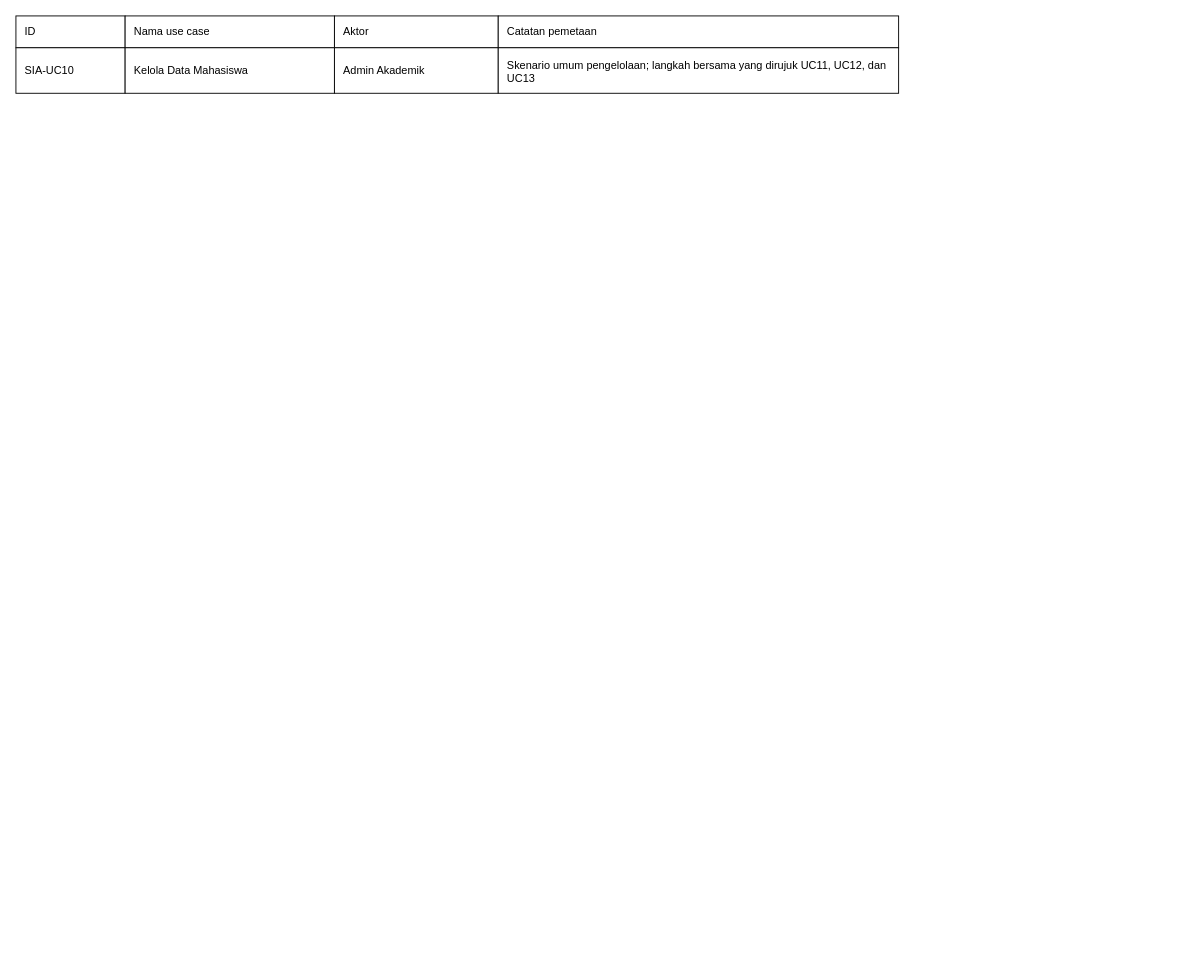
2406119-hue/-IFRWP5149_2406119_LabAlat.- keeps this draw.io diagram as page "Page-4" (4 of 7) of 03_latihan_tools/P05/SIA/P05_2406119_SIA_skenario_v01.drawio. Above is the earlier version. Source tidied: cells renumbered, new cells numbered last; positions are measured from the earlier drawing's top-left corner, leaving out a move shared by most shapes. Both pictures are drawn from the tidied source at 91%, with x=0, y=0 at pixel (15, 15).
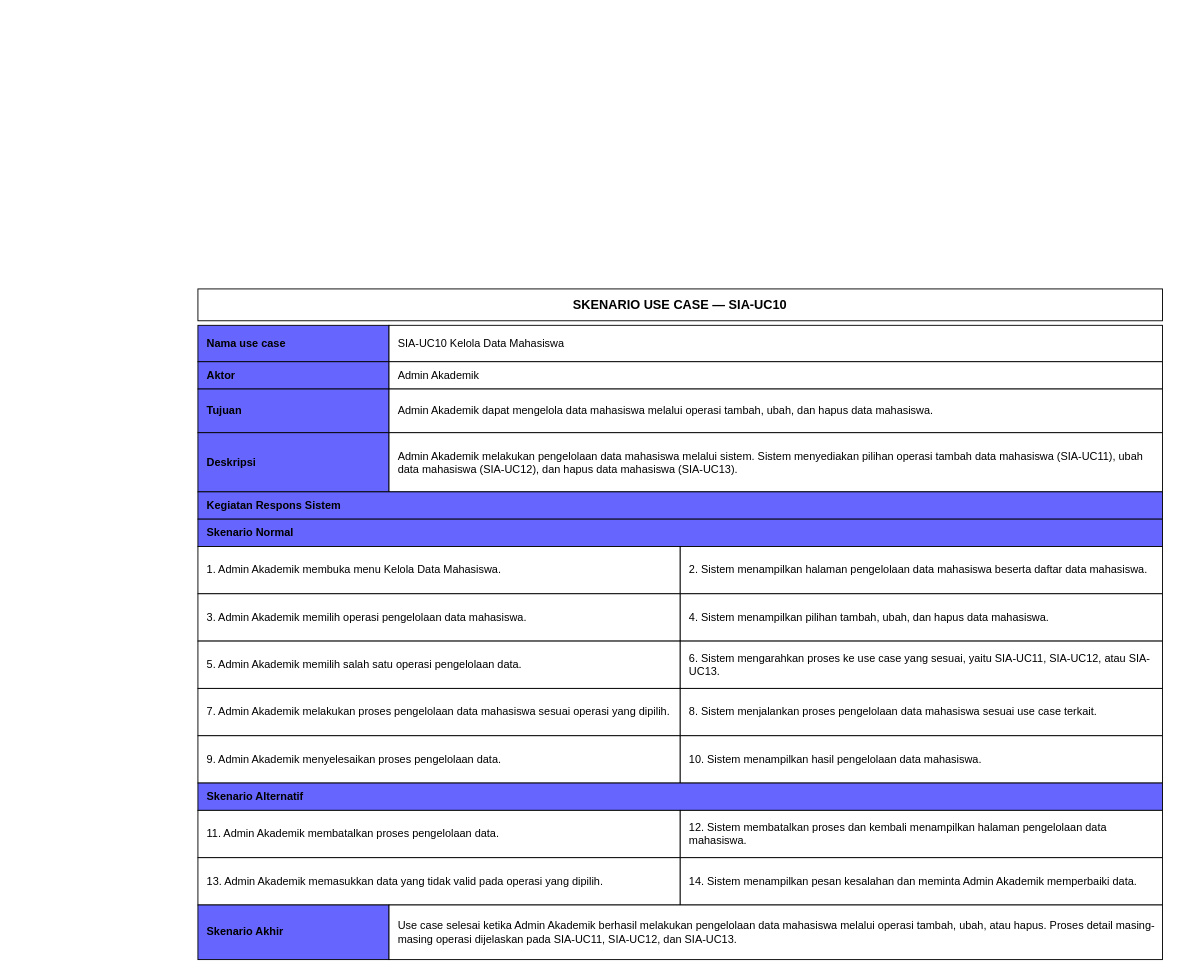
The same diagram, later.

What changed in the source:
```diff
@@
-    <mxCell id="2" value="ID" style="strokeColor=#000000;fillColor=#ffffff;align=left;verticalAlign=middle;spacingLeft=8;fontSize=12;whiteSpace=wrap;" parent="1" vertex="1">
-      <mxGeometry width="120" height="35" as="geometry" />
-    </mxCell>
+    <mxCell id="10" value="SKENARIO USE CASE — SIA-UC10" style="whiteSpace=wrap;html=1;align=center;verticalAlign=middle;fontSize=14;fontStyle=1;" parent="1" vertex="1">
+      <mxGeometry x="200" y="300" width="1060" height="35" as="geometry" />
+    </mxCell>
-    <mxCell id="3" value="Nama use case" style="strokeColor=#000000;fillColor=#ffffff;align=left;verticalAlign=middle;spacingLeft=8;fontSize=12;whiteSpace=wrap;" parent="1" vertex="1">
-      <mxGeometry x="120" width="230" height="35" as="geometry" />
+    <mxCell id="3" value="Nama use case" style="fillColor=#6666FF;strokeColor=#000000;whiteSpace=wrap;html=1;align=left;verticalAlign=middle;fontStyle=1;spacingLeft=8;" parent="1" vertex="1">
+      <mxGeometry x="200" y="340" width="210" height="40" as="geometry" />
     </mxCell>
+    <mxCell id="11" value="SIA-UC10 Kelola Data Mahasiswa" style="fillColor=#FFFFFF;strokeColor=#000000;whiteSpace=wrap;html=1;align=left;verticalAlign=middle;spacingLeft=8;" parent="1" vertex="1">
+      <mxGeometry x="410" y="340" width="850" height="40" as="geometry" />
+    </mxCell>
-    <mxCell id="4" value="Aktor" style="strokeColor=#000000;fillColor=#ffffff;align=left;verticalAlign=middle;spacingLeft=8;fontSize=12;whiteSpace=wrap;" parent="1" vertex="1">
-      <mxGeometry x="350" width="180" height="35" as="geometry" />
+    <mxCell id="4" value="Aktor" style="fillColor=#6666FF;strokeColor=#000000;whiteSpace=wrap;html=1;align=left;verticalAlign=middle;fontStyle=1;spacingLeft=8;" parent="1" vertex="1">
+      <mxGeometry x="200" y="380" width="210" height="30" as="geometry" />
     </mxCell>
-    <mxCell id="5" value="Catatan pemetaan" style="strokeColor=#000000;fillColor=#ffffff;align=left;verticalAlign=middle;spacingLeft=8;fontSize=12;whiteSpace=wrap;" parent="1" vertex="1">
-      <mxGeometry x="530" width="440" height="35" as="geometry" />
-    </mxCell>
-    <mxCell id="6" value="SIA-UC10" style="strokeColor=#000000;fillColor=#ffffff;align=left;verticalAlign=middle;spacingLeft=8;fontSize=12;whiteSpace=wrap;" parent="1" vertex="1">
-      <mxGeometry y="35" width="120" height="50" as="geometry" />
-    </mxCell>
-    <mxCell id="7" value="Kelola Data Mahasiswa" style="strokeColor=#000000;fillColor=#ffffff;align=left;verticalAlign=middle;spacingLeft=8;fontSize=12;whiteSpace=wrap;" parent="1" vertex="1">
-      <mxGeometry x="120" y="35" width="230" height="50" as="geometry" />
-    </mxCell>
-    <mxCell id="8" value="Admin Akademik" style="strokeColor=#000000;fillColor=#ffffff;align=left;verticalAlign=middle;spacingLeft=8;fontSize=12;whiteSpace=wrap;" parent="1" vertex="1">
-      <mxGeometry x="350" y="35" width="180" height="50" as="geometry" />
+    <mxCell id="8" value="Admin Akademik" style="fillColor=#FFFFFF;strokeColor=#000000;whiteSpace=wrap;html=1;align=left;verticalAlign=middle;spacingLeft=8;" parent="1" vertex="1">
+      <mxGeometry x="410" y="380" width="850" height="30" as="geometry" />
     </mxCell>
-    <mxCell id="9" value="Skenario umum pengelolaan; langkah bersama yang dirujuk UC11, UC12, dan UC13" style="strokeColor=#000000;fillColor=#ffffff;align=left;verticalAlign=top;spacingLeft=8;spacingTop=6;fontSize=12;whiteSpace=wrap;" parent="1" vertex="1">
-      <mxGeometry x="530" y="35" width="440" height="50" as="geometry" />
-    </mxCell>
+    <mxCell id="12" value="Tujuan" style="fillColor=#6666FF;strokeColor=#000000;whiteSpace=wrap;html=1;align=left;verticalAlign=middle;fontStyle=1;spacingLeft=8;" parent="1" vertex="1">
+      <mxGeometry x="200" y="410" width="210" height="48" as="geometry" />
+    </mxCell>
+    <mxCell id="13" value="Admin Akademik dapat mengelola data mahasiswa melalui operasi tambah, ubah, dan hapus data mahasiswa." style="fillColor=#FFFFFF;strokeColor=#000000;whiteSpace=wrap;html=1;align=left;verticalAlign=middle;spacingLeft=8;" parent="1" vertex="1">
+      <mxGeometry x="410" y="410" width="850" height="48" as="geometry" />
+    </mxCell>
+    <mxCell id="14" value="Deskripsi" style="fillColor=#6666FF;strokeColor=#000000;whiteSpace=wrap;html=1;align=left;verticalAlign=middle;fontStyle=1;spacingLeft=8;" parent="1" vertex="1">
+      <mxGeometry x="200" y="458" width="210" height="65" as="geometry" />
+    </mxCell>
+    <mxCell id="15" value="Admin Akademik melakukan pengelolaan data mahasiswa melalui sistem. Sistem menyediakan pilihan operasi tambah data mahasiswa (SIA-UC11), ubah data mahasiswa (SIA-UC12), dan hapus data mahasiswa (SIA-UC13)." style="fillColor=#FFFFFF;strokeColor=#000000;whiteSpace=wrap;html=1;align=left;verticalAlign=middle;spacingLeft=8;" parent="1" vertex="1">
+      <mxGeometry x="410" y="458" width="850" height="65" as="geometry" />
+    </mxCell>
+    <mxCell id="16" value="Kegiatan                                      Respons Sistem" style="fillColor=#6666FF;strokeColor=#000000;whiteSpace=wrap;html=1;align=left;verticalAlign=middle;fontStyle=1;spacingLeft=8;" parent="1" vertex="1">
+      <mxGeometry x="200" y="523" width="1060" height="30" as="geometry" />
+    </mxCell>
+    <mxCell id="17" value="Skenario Normal" style="fillColor=#6666FF;strokeColor=#000000;whiteSpace=wrap;html=1;align=left;verticalAlign=middle;fontStyle=1;spacingLeft=8;" parent="1" vertex="1">
+      <mxGeometry x="200" y="553" width="1060" height="30" as="geometry" />
+    </mxCell>
+    <mxCell id="18" value="1. Admin Akademik membuka menu Kelola Data Mahasiswa." style="fillColor=#FFFFFF;strokeColor=#000000;whiteSpace=wrap;html=1;align=left;verticalAlign=middle;spacingLeft=8;" parent="1" vertex="1">
+      <mxGeometry x="200" y="583" width="530" height="52" as="geometry" />
+    </mxCell>
+    <mxCell id="19" value="2. Sistem menampilkan halaman pengelolaan data mahasiswa beserta daftar data mahasiswa." style="fillColor=#FFFFFF;strokeColor=#000000;whiteSpace=wrap;html=1;align=left;verticalAlign=middle;spacingLeft=8;" parent="1" vertex="1">
+      <mxGeometry x="730" y="583" width="530" height="52" as="geometry" />
+    </mxCell>
+    <mxCell id="20" value="3. Admin Akademik memilih operasi pengelolaan data mahasiswa." style="fillColor=#FFFFFF;strokeColor=#000000;whiteSpace=wrap;html=1;align=left;verticalAlign=middle;spacingLeft=8;" parent="1" vertex="1">
+      <mxGeometry x="200" y="635" width="530" height="52" as="geometry" />
+    </mxCell>
+    <mxCell id="21" value="4. Sistem menampilkan pilihan tambah, ubah, dan hapus data mahasiswa." style="fillColor=#FFFFFF;strokeColor=#000000;whiteSpace=wrap;html=1;align=left;verticalAlign=middle;spacingLeft=8;" parent="1" vertex="1">
+      <mxGeometry x="730" y="635" width="530" height="52" as="geometry" />
+    </mxCell>
+    <mxCell id="22" value="5. Admin Akademik memilih salah satu operasi pengelolaan data." style="fillColor=#FFFFFF;strokeColor=#000000;whiteSpace=wrap;html=1;align=left;verticalAlign=middle;spacingLeft=8;" parent="1" vertex="1">
+      <mxGeometry x="200" y="687" width="530" height="52" as="geometry" />
+    </mxCell>
+    <mxCell id="23" value="6. Sistem mengarahkan proses ke use case yang sesuai, yaitu SIA-UC11, SIA-UC12, atau SIA-UC13." style="fillColor=#FFFFFF;strokeColor=#000000;whiteSpace=wrap;html=1;align=left;verticalAlign=middle;spacingLeft=8;" parent="1" vertex="1">
+      <mxGeometry x="730" y="687" width="530" height="52" as="geometry" />
+    </mxCell>
+    <mxCell id="24" value="7. Admin Akademik melakukan proses pengelolaan data mahasiswa sesuai operasi yang dipilih." style="fillColor=#FFFFFF;strokeColor=#000000;whiteSpace=wrap;html=1;align=left;verticalAlign=middle;spacingLeft=8;" parent="1" vertex="1">
+      <mxGeometry x="200" y="739" width="530" height="52" as="geometry" />
+    </mxCell>
+    <mxCell id="25" value="8. Sistem menjalankan proses pengelolaan data mahasiswa sesuai use case terkait." style="fillColor=#FFFFFF;strokeColor=#000000;whiteSpace=wrap;html=1;align=left;verticalAlign=middle;spacingLeft=8;" parent="1" vertex="1">
+      <mxGeometry x="730" y="739" width="530" height="52" as="geometry" />
+    </mxCell>
+    <mxCell id="26" value="9. Admin Akademik menyelesaikan proses pengelolaan data." style="fillColor=#FFFFFF;strokeColor=#000000;whiteSpace=wrap;html=1;align=left;verticalAlign=middle;spacingLeft=8;" parent="1" vertex="1">
+      <mxGeometry x="200" y="791" width="530" height="52" as="geometry" />
+    </mxCell>
+    <mxCell id="27" value="10. Sistem menampilkan hasil pengelolaan data mahasiswa." style="fillColor=#FFFFFF;strokeColor=#000000;whiteSpace=wrap;html=1;align=left;verticalAlign=middle;spacingLeft=8;" parent="1" vertex="1">
+      <mxGeometry x="730" y="791" width="530" height="52" as="geometry" />
+    </mxCell>
+    <mxCell id="28" value="Skenario Alternatif" style="fillColor=#6666FF;strokeColor=#000000;whiteSpace=wrap;html=1;align=left;verticalAlign=middle;fontStyle=1;spacingLeft=8;" parent="1" vertex="1">
+      <mxGeometry x="200" y="843" width="1060" height="30" as="geometry" />
+    </mxCell>
+    <mxCell id="29" value="11. Admin Akademik membatalkan proses pengelolaan data." style="fillColor=#FFFFFF;strokeColor=#000000;whiteSpace=wrap;html=1;align=left;verticalAlign=middle;spacingLeft=8;" parent="1" vertex="1">
+      <mxGeometry x="200" y="873" width="530" height="52" as="geometry" />
+    </mxCell>
+    <mxCell id="30" value="12. Sistem membatalkan proses dan kembali menampilkan halaman pengelolaan data mahasiswa." style="fillColor=#FFFFFF;strokeColor=#000000;whiteSpace=wrap;html=1;align=left;verticalAlign=middle;spacingLeft=8;" parent="1" vertex="1">
+      <mxGeometry x="730" y="873" width="530" height="52" as="geometry" />
+    </mxCell>
+    <mxCell id="31" value="13. Admin Akademik memasukkan data yang tidak valid pada operasi yang dipilih." style="fillColor=#FFFFFF;strokeColor=#000000;whiteSpace=wrap;html=1;align=left;verticalAlign=middle;spacingLeft=8;" parent="1" vertex="1">
+      <mxGeometry x="200" y="925" width="530" height="52" as="geometry" />
+    </mxCell>
+    <mxCell id="32" value="14. Sistem menampilkan pesan kesalahan dan meminta Admin Akademik memperbaiki data." style="fillColor=#FFFFFF;strokeColor=#000000;whiteSpace=wrap;html=1;align=left;verticalAlign=middle;spacingLeft=8;" parent="1" vertex="1">
+      <mxGeometry x="730" y="925" width="530" height="52" as="geometry" />
+    </mxCell>
+    <mxCell id="33" value="Skenario Akhir" style="fillColor=#6666FF;strokeColor=#000000;whiteSpace=wrap;html=1;align=left;verticalAlign=middle;fontStyle=1;spacingLeft=8;" parent="1" vertex="1">
+      <mxGeometry x="200" y="977" width="210" height="60" as="geometry" />
+    </mxCell>
+    <mxCell id="34" value="Use case selesai ketika Admin Akademik berhasil melakukan pengelolaan data mahasiswa melalui operasi tambah, ubah, atau hapus. Proses detail masing-masing operasi dijelaskan pada SIA-UC11, SIA-UC12, dan SIA-UC13." style="fillColor=#FFFFFF;strokeColor=#000000;whiteSpace=wrap;html=1;align=left;verticalAlign=middle;spacingLeft=8;" parent="1" vertex="1">
+      <mxGeometry x="410" y="977" width="850" height="60" as="geometry" />
+    </mxCell>
```
